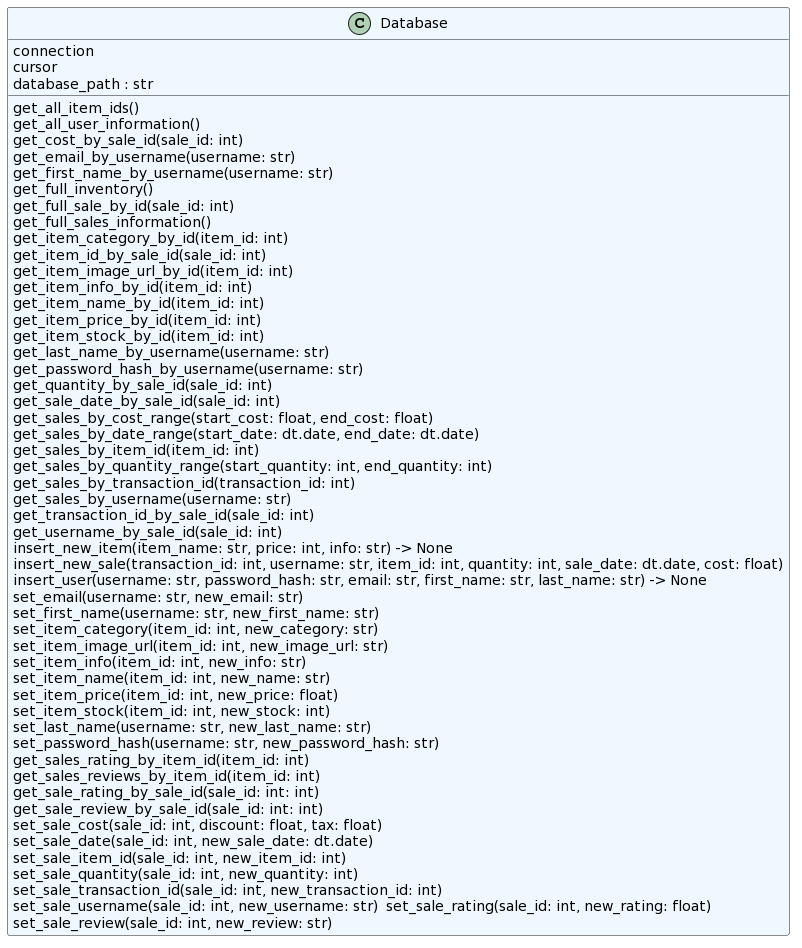
This is docs/diagrams/system/database_classes.png from obxzeke/OnlineStore, a PlantUML export, as it was before one commit.
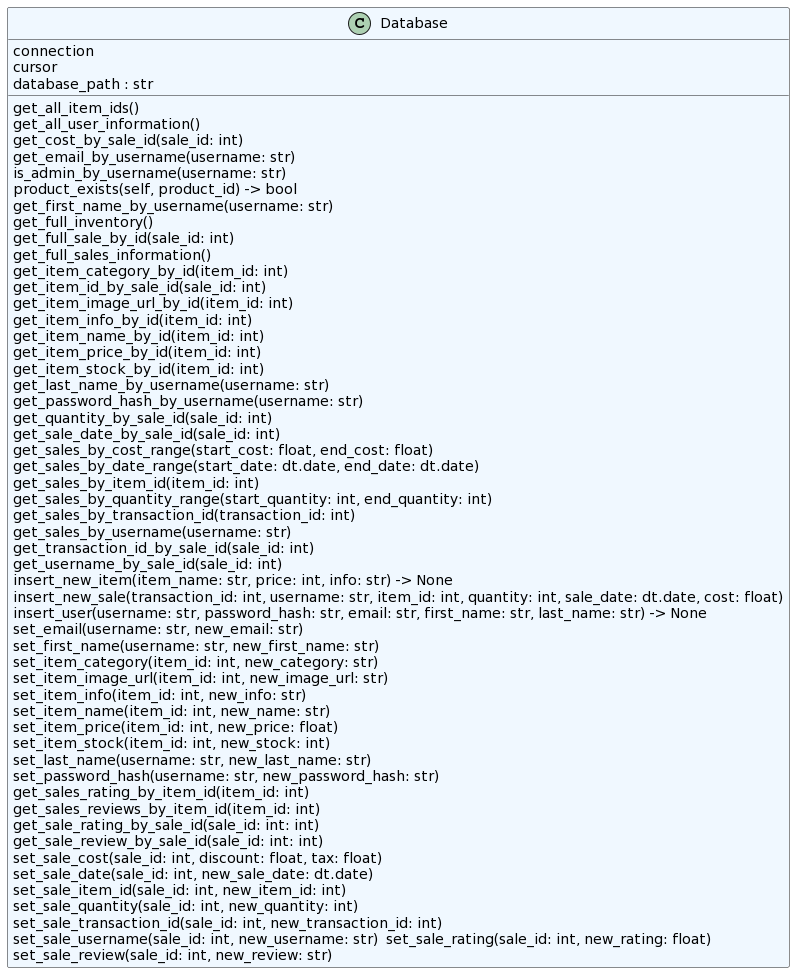
Later version of the same file.

Change to the diagram source:
```diff
@@ -8,6 +8,8 @@
   get_all_user_information()
   get_cost_by_sale_id(sale_id: int)
   get_email_by_username(username: str)
+  is_admin_by_username(username: str)
+  product_exists(self, product_id) -> bool
   get_first_name_by_username(username: str)
   get_full_inventory()
   get_full_sale_by_id(sale_id: int)
```
